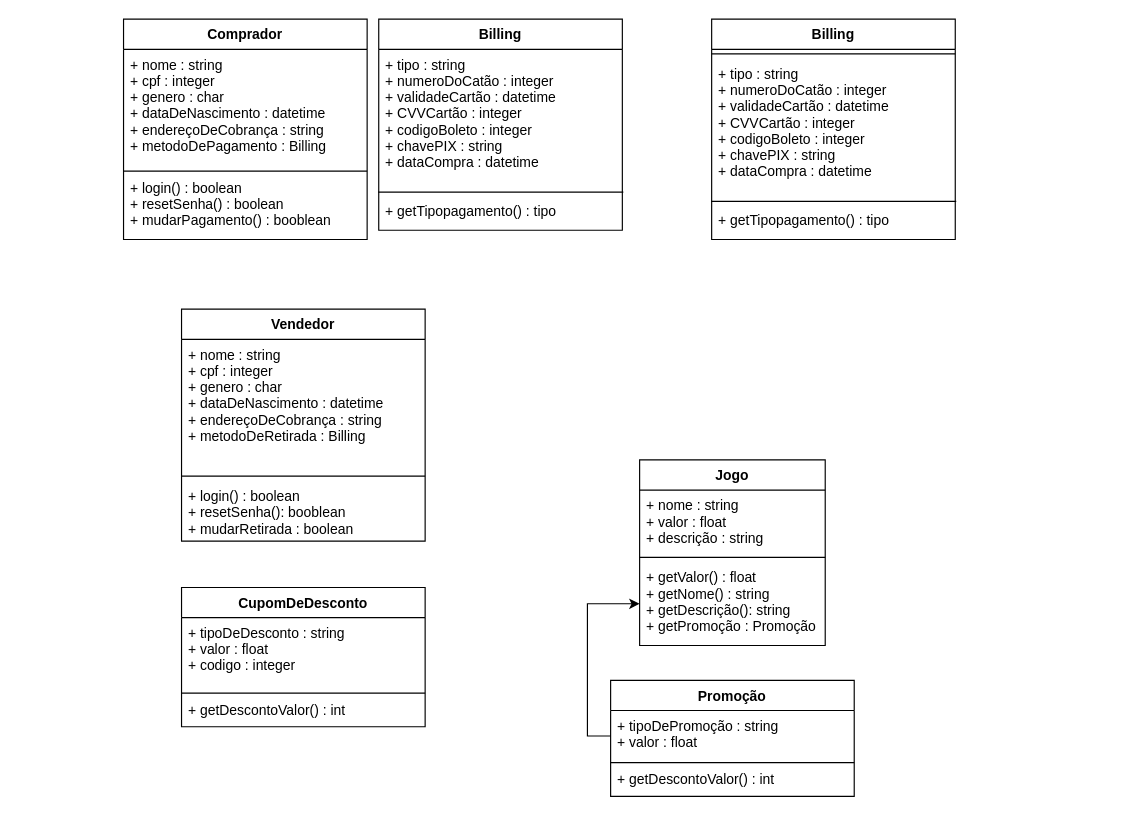
oihugu/O-Grupo keeps this draw.io diagram as Untitled Diagram.drawio. Above is the earlier version. Source tidied: cells renumbered, new cells numbered last; positions are measured from the earlier drawing's top-left corner, leaving out a move shared by most shapes. Both pictures are drawn from the tidied source at 116%, with x=0, y=0 at pixel (123, 19).
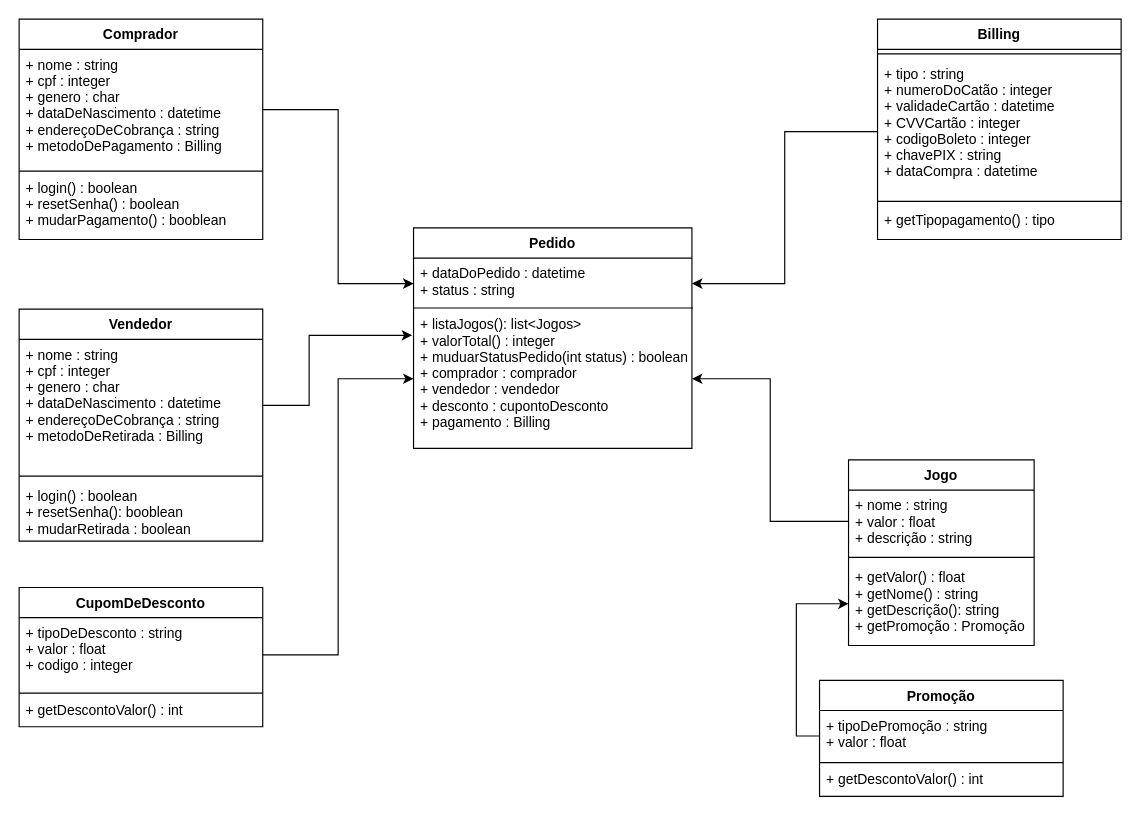
The same diagram, later.

Unchanged cells that the change refers to:
```xml
<mxCell id="3" value="+ nome : string&#10;+ cpf : integer&#10;+ genero : char&#10;+ dataDeNascimento : datetime&#10;+ endereçoDeCobrança : string&#10;+ metodoDePagamento : Billing&#10;" style="text;strokeColor=none;fillColor=none;align=left;verticalAlign=top;spacingLeft=4;spacingRight=4;overflow=hidden;points=[[0,0.5],[1,0.5]];portConstraint=eastwest;" parent="2" vertex="1">
  <mxGeometry y="26" width="210" height="104" as="geometry" />
</mxCell>
<mxCell id="7" value="+ nome : string&#10;+ cpf : integer&#10;+ genero : char&#10;+ dataDeNascimento : datetime&#10;+ endereçoDeCobrança : string&#10;+ metodoDeRetirada : Billing" style="text;strokeColor=none;fillColor=none;align=left;verticalAlign=top;spacingLeft=4;spacingRight=4;overflow=hidden;points=[[0,0.5],[1,0.5]];portConstraint=eastwest;" parent="6" vertex="1">
  <mxGeometry y="26" width="210" height="114" as="geometry" />
</mxCell>
<mxCell id="11" value="+ nome : string&#10;+ valor : float&#10;+ descrição : string&#10;" style="text;strokeColor=none;fillColor=none;align=left;verticalAlign=top;spacingLeft=4;spacingRight=4;overflow=hidden;points=[[0,0.5],[1,0.5]];portConstraint=eastwest;" parent="10" vertex="1">
  <mxGeometry y="26" width="160" height="54" as="geometry" />
</mxCell>
<mxCell id="16" value="+ tipo : string&#10;+ numeroDoCatão : integer&#10;+ validadeCartão : datetime&#10;+ CVVCartão : integer&#10;+ codigoBoleto : integer&#10;+ chavePIX : string&#10;+ dataCompra : datetime" style="text;strokeColor=none;fillColor=none;align=left;verticalAlign=top;spacingLeft=4;spacingRight=4;overflow=hidden;points=[[0,0.5],[1,0.5]];portConstraint=eastwest;" parent="14" vertex="1">
  <mxGeometry y="34" width="210" height="126" as="geometry" />
</mxCell>
<mxCell id="20" value="+ tipoDeDesconto : string&#10;+ valor : float&#10;+ codigo : integer" style="text;strokeColor=none;fillColor=none;align=left;verticalAlign=top;spacingLeft=4;spacingRight=4;overflow=hidden;points=[[0,0.5],[1,0.5]];portConstraint=eastwest;" parent="19" vertex="1">
  <mxGeometry y="26" width="210" height="64" as="geometry" />
</mxCell>
```

The edit, as a diff of the source:
```diff
@@
     <mxCell id="2" value="Comprador" style="swimlane;fontStyle=1;align=center;verticalAlign=top;horizontal=1;startSize=26;" parent="1" vertex="1">
-      <mxGeometry width="210" height="190" as="geometry" />
+      <mxGeometry x="-90" width="210" height="190" as="geometry" />
     </mxCell>
@@
     <mxCell id="6" value="Vendedor" style="swimlane;fontStyle=1;align=center;verticalAlign=top;horizontal=1;startSize=26;" parent="1" vertex="1">
-      <mxGeometry x="50" y="250" width="210" height="200" as="geometry" />
+      <mxGeometry x="-90" y="250" width="210" height="200" as="geometry" />
     </mxCell>
@@
     <mxCell id="10" value="Jogo" style="swimlane;fontStyle=1;align=center;verticalAlign=top;horizontal=1;startSize=26;" parent="1" vertex="1">
-      <mxGeometry x="444.9" y="380" width="160" height="160" as="geometry" />
+      <mxGeometry x="625" y="380" width="160" height="160" as="geometry" />
     </mxCell>
@@
     <mxCell id="14" value="Billing" style="swimlane;fontStyle=1;align=center;verticalAlign=top;horizontal=1;startSize=26;" parent="1" vertex="1">
-      <mxGeometry x="507" width="210" height="190" as="geometry" />
+      <mxGeometry x="650" width="210" height="190" as="geometry" />
     </mxCell>
@@
     <mxCell id="19" value="CupomDeDesconto" style="swimlane;fontStyle=1;align=center;verticalAlign=top;horizontal=1;startSize=26;" parent="1" vertex="1">
-      <mxGeometry x="50" y="490" width="210" height="120" as="geometry" />
+      <mxGeometry x="-90" y="490" width="210" height="120" as="geometry" />
     </mxCell>
@@
     <mxCell id="23" value="Promoção" style="swimlane;fontStyle=1;align=center;verticalAlign=top;horizontal=1;startSize=26;" parent="1" vertex="1">
-      <mxGeometry x="419.9" y="570" width="210" height="100" as="geometry" />
+      <mxGeometry x="600" y="570" width="210" height="100" as="geometry" />
     </mxCell>
@@
-    <mxCell id="28" value="Billing" style="swimlane;fontStyle=1;align=center;verticalAlign=top;horizontal=1;startSize=26;" parent="1" vertex="1">
-      <mxGeometry x="220" width="210" height="182" as="geometry" />
+    <mxCell id="28" value="Pedido" style="swimlane;fontStyle=1;align=center;verticalAlign=top;horizontal=1;startSize=26;" parent="1" vertex="1">
+      <mxGeometry x="250" y="180" width="240" height="190" as="geometry" />
     </mxCell>
     <mxCell id="29" style="line;strokeWidth=1;fillColor=none;align=left;verticalAlign=middle;spacingTop=-1;spacingLeft=3;spacingRight=3;labelPosition=right;" parent="28" vertex="1">
-      <mxGeometry y="26" width="210" as="geometry" />
+      <mxGeometry y="26" width="240" as="geometry" />
     </mxCell>
-    <mxCell id="30" value="+ tipo : string&#10;+ numeroDoCatão : integer&#10;+ validadeCartão : datetime&#10;+ CVVCartão : integer&#10;+ codigoBoleto : integer&#10;+ chavePIX : string&#10;+ dataCompra : datetime" style="text;strokeColor=none;fillColor=none;align=left;verticalAlign=top;spacingLeft=4;spacingRight=4;overflow=hidden;points=[[0,0.5],[1,0.5]];portConstraint=eastwest;" parent="28" vertex="1">
-      <mxGeometry y="26" width="210" height="126" as="geometry" />
+    <mxCell id="30" value="+ dataDoPedido : datetime&#10;+ status : string" style="text;strokeColor=none;fillColor=none;align=left;verticalAlign=top;spacingLeft=4;spacingRight=4;overflow=hidden;points=[[0,0.5],[1,0.5]];portConstraint=eastwest;" parent="28" vertex="1">
+      <mxGeometry y="26" width="240" height="44" as="geometry" />
     </mxCell>
@@
-    <mxCell id="32" value="+ getTipopagamento() : tipo&#10;" style="text;strokeColor=none;fillColor=none;align=left;verticalAlign=top;spacingLeft=4;spacingRight=4;overflow=hidden;points=[[0,0.5],[1,0.5]];portConstraint=eastwest;" parent="28" vertex="1">
-      <mxGeometry y="152" width="210" height="30" as="geometry" />
+    <mxCell id="32" value="+ listaJogos(): list&lt;Jogos&gt; &#10;+ valorTotal() : integer&#10;+ muduarStatusPedido(int status) : boolean&#10;+ comprador : comprador&#10;+ vendedor : vendedor&#10;+ desconto : cupontoDesconto&#10;+ pagamento : Billing&#10;" style="text;strokeColor=none;fillColor=none;align=left;verticalAlign=top;spacingLeft=4;spacingRight=4;overflow=hidden;points=[[0,0.5],[1,0.5]];portConstraint=eastwest;" parent="28" vertex="1">
+      <mxGeometry y="70" width="240" height="120" as="geometry" />
     </mxCell>
+    <mxCell id="33" style="edgeStyle=orthogonalEdgeStyle;rounded=0;jettySize=auto;html=1;exitX=0;exitY=0.5;exitDx=0;exitDy=0;" parent="1" edge="1" source="11" target="32">
+      <mxGeometry relative="1" as="geometry" />
+    </mxCell>
+    <mxCell id="34" style="edgeStyle=orthogonalEdgeStyle;rounded=0;jettySize=auto;html=1;exitX=0;exitY=0.5;exitDx=0;exitDy=0;" parent="1" edge="1" source="16" target="30">
+      <mxGeometry relative="1" as="geometry" />
+    </mxCell>
+    <mxCell id="35" style="edgeStyle=orthogonalEdgeStyle;rounded=0;jettySize=auto;html=1;exitX=1;exitY=0.5;exitDx=0;exitDy=0;entryX=0;entryY=0.5;entryDx=0;entryDy=0;" parent="1" edge="1" source="3" target="30">
+      <mxGeometry relative="1" as="geometry" />
+    </mxCell>
+    <mxCell id="36" style="edgeStyle=orthogonalEdgeStyle;rounded=0;jettySize=auto;html=1;exitX=1;exitY=0.5;exitDx=0;exitDy=0;entryX=-0.005;entryY=0.188;entryDx=0;entryDy=0;entryPerimeter=0;" parent="1" edge="1" source="7" target="32">
+      <mxGeometry relative="1" as="geometry">
+        <Array as="points">
+          <mxPoint x="160" y="333" />
+          <mxPoint x="160" y="273" />
+        </Array>
+      </mxGeometry>
+    </mxCell>
+    <mxCell id="37" style="edgeStyle=orthogonalEdgeStyle;rounded=0;jettySize=auto;html=1;exitX=1;exitY=0.5;exitDx=0;exitDy=0;" parent="1" edge="1" source="20" target="32">
+      <mxGeometry relative="1" as="geometry" />
+    </mxCell>
```
